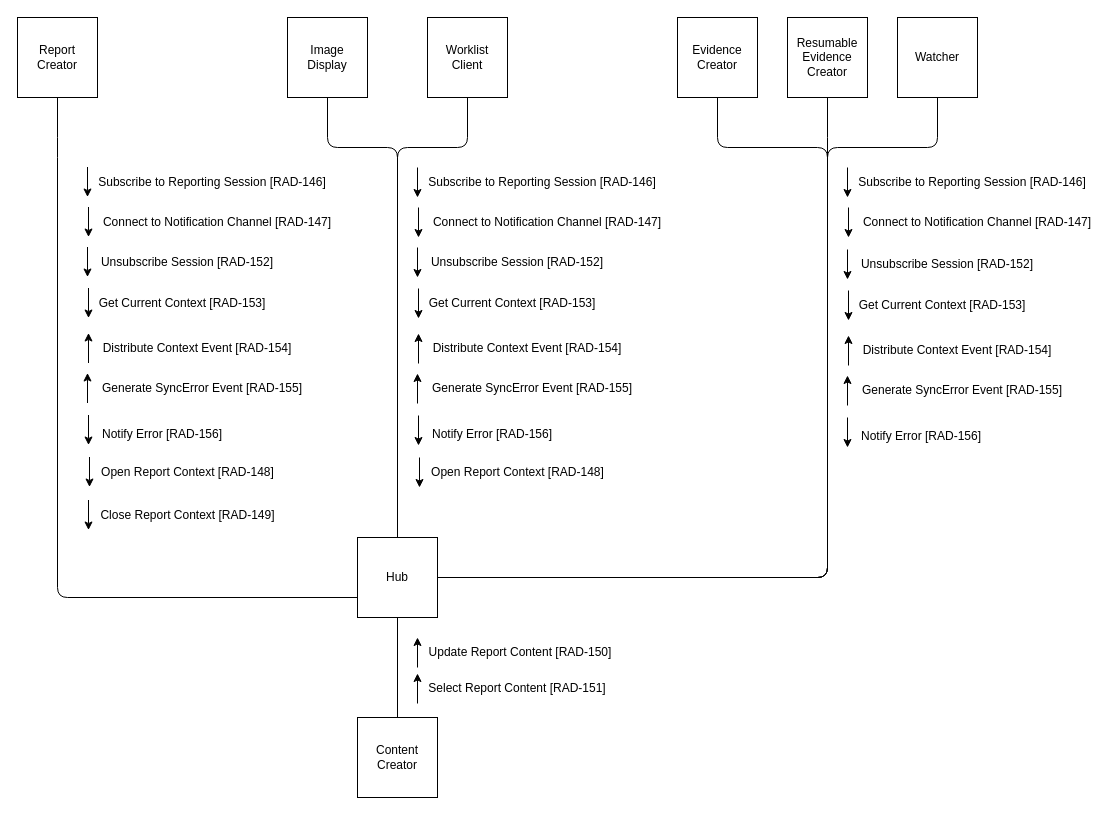
IHE/RAD.IRA keeps this draw.io diagram as input/images-source/actor_transaction.drawio. Above is the earlier version. Source tidied: cells renumbered, new cells numbered last; positions are measured from the earlier drawing's top-left corner, leaving out a move shared by most shapes. Both pictures are drawn from the tidied source at 100%, with x=0, y=0 at pixel (17, 17).
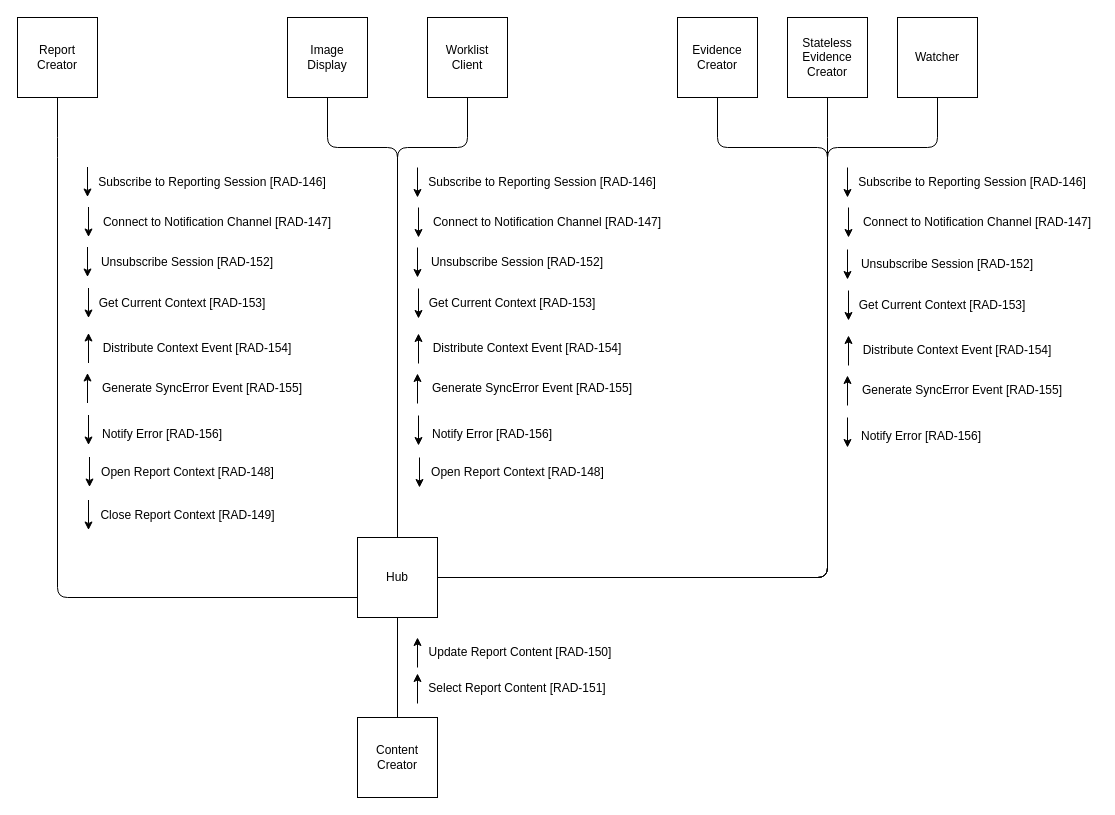
The same page after the edit.

Commit message (it also covers changes not shown here):
Updated Resumsable Evidence Creator to Stateless Evidence Creator.

What changed in the source:
```diff
@@
-    <mxCell id="12" value="Resumable Evidence Creator" style="whiteSpace=wrap;html=1;" parent="1" vertex="1">
+    <mxCell id="12" value="Stateless Evidence Creator" style="whiteSpace=wrap;html=1;" parent="1" vertex="1">
       <mxGeometry x="770" width="80" height="80" as="geometry" />
     </mxCell>
```
